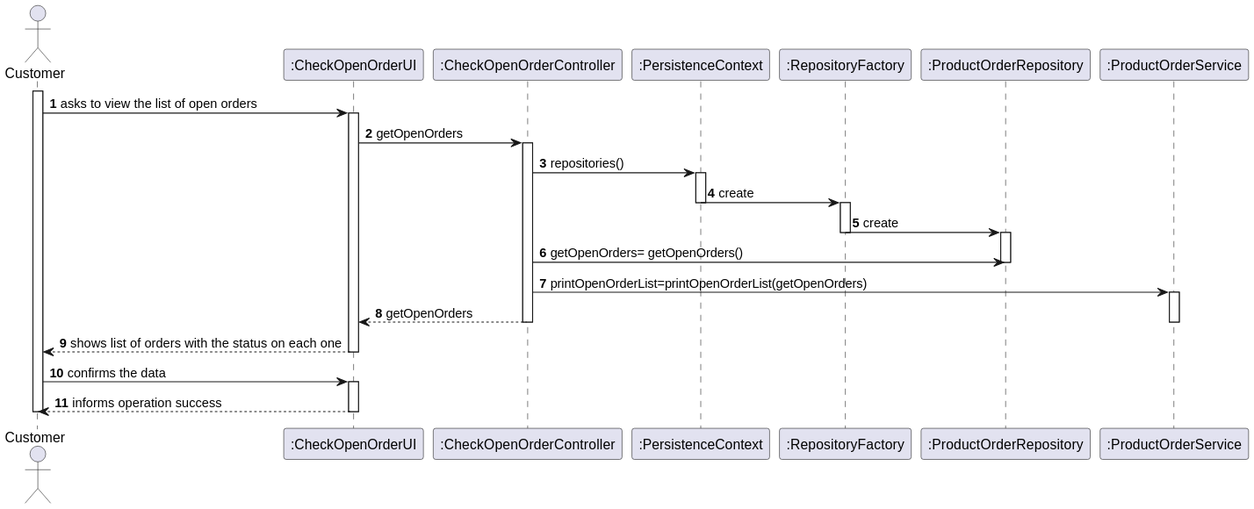
This is docs/Sprint4/US1502/US1502_SD.svg from marttuga/LAPR4-SmartSystems, a PlantUML export, as it was before one commit.
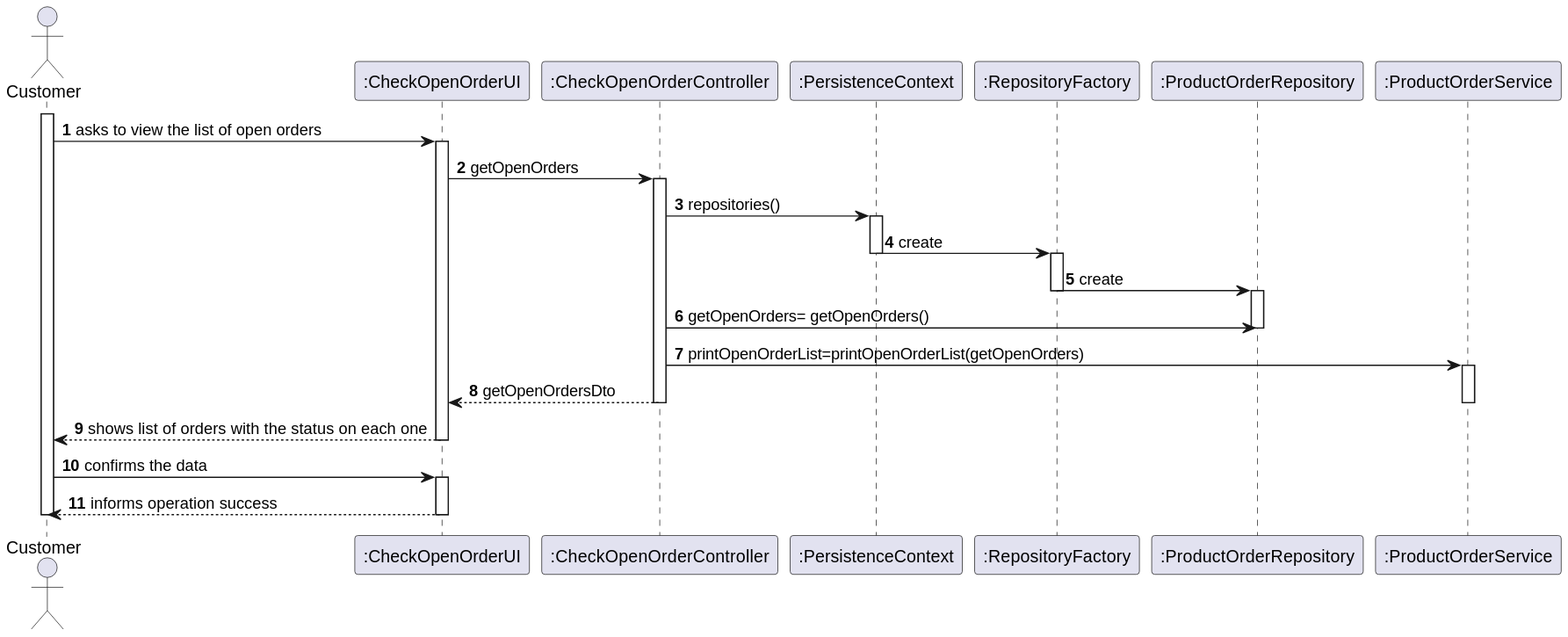
After the commit.

What changed in the source:
```diff
@@ -34,7 +34,7 @@
 
 activate ProdS
 
-CTRL --> UI :  getOpenOrders
+CTRL --> UI :  getOpenOrdersDto
 deactivate ProdS
 deactivate CTRL
 
```
